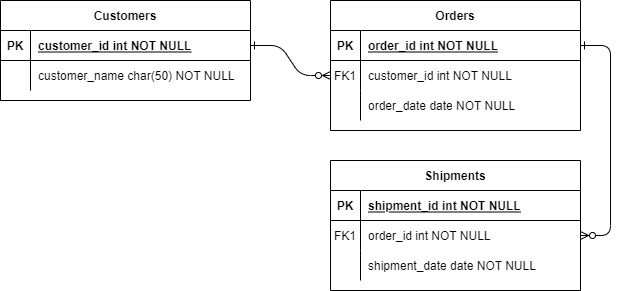
Earlier version of the draw.io export dataTables.drawio.png (CarlvinJerry/KindaShiny). Source tidied: cells renumbered, new cells last; positions are measured from the earlier drawing's top-left corner, leaving out a move shared by most shapes. Source of this version:
```xml
<mxGraphModel>
  <root>
    <mxCell id="0" />
    <mxCell id="1" parent="0" />
    <mxCell id="2" style="edgeStyle=entityRelationEdgeStyle;endArrow=ERzeroToMany;startArrow=ERone;endFill=1;startFill=0;" parent="1" edge="1" source="25" target="8">
      <mxGeometry relative="1" as="geometry" />
    </mxCell>
    <mxCell id="3" style="edgeStyle=entityRelationEdgeStyle;endArrow=ERzeroToMany;startArrow=ERone;endFill=1;startFill=0;" parent="1" edge="1" source="5" target="18">
      <mxGeometry relative="1" as="geometry" />
    </mxCell>
    <mxCell id="4" value="Orders" style="shape=table;startSize=30;rowLines=0;fontStyle=1;align=center;" parent="1" vertex="1">
      <mxGeometry x="330" width="250" height="130" as="geometry" />
    </mxCell>
    <mxCell id="5" style="shape=partialRectangle;fillColor=none;points=[[0,0.5],[1,0.5]];portConstraint=eastwest;top=0;left=0;right=0;bottom=1;" parent="4" vertex="1">
      <mxGeometry y="30" width="250" height="30" as="geometry" />
    </mxCell>
    <mxCell id="6" value="PK" style="shape=partialRectangle;overflow=hidden;fillColor=none;top=0;left=0;bottom=0;right=0;fontStyle=1;" parent="5" vertex="1">
      <mxGeometry width="30" height="30" as="geometry" />
    </mxCell>
    <mxCell id="7" value="order_id int NOT NULL " style="shape=partialRectangle;overflow=hidden;fillColor=none;top=0;left=0;bottom=0;right=0;align=left;spacingLeft=6;fontStyle=5;" parent="5" vertex="1">
      <mxGeometry x="30" width="220" height="30" as="geometry" />
    </mxCell>
    <mxCell id="8" style="shape=partialRectangle;fillColor=none;points=[[0,0.5],[1,0.5]];portConstraint=eastwest;top=0;left=0;right=0;bottom=0;" parent="4" vertex="1">
      <mxGeometry y="60" width="250" height="30" as="geometry" />
    </mxCell>
    <mxCell id="9" value="FK1" style="shape=partialRectangle;overflow=hidden;fillColor=none;top=0;left=0;bottom=0;right=0;" parent="8" vertex="1">
      <mxGeometry width="30" height="30" as="geometry" />
    </mxCell>
    <mxCell id="10" value="customer_id int NOT NULL" style="shape=partialRectangle;overflow=hidden;fillColor=none;top=0;left=0;bottom=0;right=0;align=left;spacingLeft=6;" parent="8" vertex="1">
      <mxGeometry x="30" width="220" height="30" as="geometry" />
    </mxCell>
    <mxCell id="11" style="shape=partialRectangle;fillColor=none;top=0;left=0;right=0;bottom=0;" parent="4" vertex="1">
      <mxGeometry y="90" width="250" height="30" as="geometry" />
    </mxCell>
    <mxCell id="12" style="shape=partialRectangle;overflow=hidden;fillColor=none;top=0;left=0;bottom=0;right=0;" parent="11" vertex="1">
      <mxGeometry width="30" height="30" as="geometry" />
    </mxCell>
    <mxCell id="13" value="order_date date NOT NULL" style="shape=partialRectangle;overflow=hidden;fillColor=none;top=0;left=0;bottom=0;right=0;align=left;spacingLeft=6;" parent="11" vertex="1">
      <mxGeometry x="30" width="220" height="30" as="geometry" />
    </mxCell>
    <mxCell id="14" value="Shipments" style="shape=table;startSize=30;rowLines=0;fontStyle=1;align=center;" parent="1" vertex="1">
      <mxGeometry x="330" y="160" width="250" height="130" as="geometry" />
    </mxCell>
    <mxCell id="15" style="shape=partialRectangle;fillColor=none;top=0;left=0;right=0;bottom=1;" parent="14" vertex="1">
      <mxGeometry y="30" width="250" height="30" as="geometry" />
    </mxCell>
    <mxCell id="16" value="PK" style="shape=partialRectangle;overflow=hidden;fillColor=none;top=0;left=0;bottom=0;right=0;fontStyle=1;" parent="15" vertex="1">
      <mxGeometry width="30" height="30" as="geometry" />
    </mxCell>
    <mxCell id="17" value="shipment_id int NOT NULL " style="shape=partialRectangle;overflow=hidden;fillColor=none;top=0;left=0;bottom=0;right=0;align=left;spacingLeft=6;fontStyle=5;" parent="15" vertex="1">
      <mxGeometry x="30" width="220" height="30" as="geometry" />
    </mxCell>
    <mxCell id="18" style="shape=partialRectangle;fillColor=none;points=[[0,0.5],[1,0.5]];portConstraint=eastwest;top=0;left=0;right=0;bottom=0;" parent="14" vertex="1">
      <mxGeometry y="60" width="250" height="30" as="geometry" />
    </mxCell>
    <mxCell id="19" value="FK1" style="shape=partialRectangle;overflow=hidden;fillColor=none;top=0;left=0;bottom=0;right=0;" parent="18" vertex="1">
      <mxGeometry width="30" height="30" as="geometry" />
    </mxCell>
    <mxCell id="20" value="order_id int NOT NULL" style="shape=partialRectangle;overflow=hidden;fillColor=none;top=0;left=0;bottom=0;right=0;align=left;spacingLeft=6;" parent="18" vertex="1">
      <mxGeometry x="30" width="220" height="30" as="geometry" />
    </mxCell>
    <mxCell id="21" style="shape=partialRectangle;fillColor=none;top=0;left=0;right=0;bottom=0;" parent="14" vertex="1">
      <mxGeometry y="90" width="250" height="30" as="geometry" />
    </mxCell>
    <mxCell id="22" style="shape=partialRectangle;overflow=hidden;fillColor=none;top=0;left=0;bottom=0;right=0;" parent="21" vertex="1">
      <mxGeometry width="30" height="30" as="geometry" />
    </mxCell>
    <mxCell id="23" value="shipment_date date NOT NULL" style="shape=partialRectangle;overflow=hidden;fillColor=none;top=0;left=0;bottom=0;right=0;align=left;spacingLeft=6;" parent="21" vertex="1">
      <mxGeometry x="30" width="220" height="30" as="geometry" />
    </mxCell>
    <mxCell id="24" value="Customers" style="shape=table;startSize=30;rowLines=0;fontStyle=1;align=center;" parent="1" vertex="1">
      <mxGeometry width="250" height="100" as="geometry" />
    </mxCell>
    <mxCell id="25" style="shape=partialRectangle;fillColor=none;points=[[0,0.5],[1,0.5]];portConstraint=eastwest;top=0;left=0;right=0;bottom=1;" parent="24" vertex="1">
      <mxGeometry y="30" width="250" height="30" as="geometry" />
    </mxCell>
    <mxCell id="26" value="PK" style="shape=partialRectangle;overflow=hidden;fillColor=none;top=0;left=0;bottom=0;right=0;fontStyle=1;" parent="25" vertex="1">
      <mxGeometry width="30" height="30" as="geometry" />
    </mxCell>
    <mxCell id="27" value="customer_id int NOT NULL " style="shape=partialRectangle;overflow=hidden;fillColor=none;top=0;left=0;bottom=0;right=0;align=left;spacingLeft=6;fontStyle=5;" parent="25" vertex="1">
      <mxGeometry x="30" width="220" height="30" as="geometry" />
    </mxCell>
    <mxCell id="28" style="shape=partialRectangle;fillColor=none;top=0;left=0;right=0;bottom=0;" parent="24" vertex="1">
      <mxGeometry y="60" width="250" height="30" as="geometry" />
    </mxCell>
    <mxCell id="29" style="shape=partialRectangle;overflow=hidden;fillColor=none;top=0;left=0;bottom=0;right=0;" parent="28" vertex="1">
      <mxGeometry width="30" height="30" as="geometry" />
    </mxCell>
    <mxCell id="30" value="customer_name char(50) NOT NULL" style="shape=partialRectangle;overflow=hidden;fillColor=none;top=0;left=0;bottom=0;right=0;align=left;spacingLeft=6;" parent="28" vertex="1">
      <mxGeometry x="30" width="220" height="30" as="geometry" />
    </mxCell>
  </root>
</mxGraphModel>
```
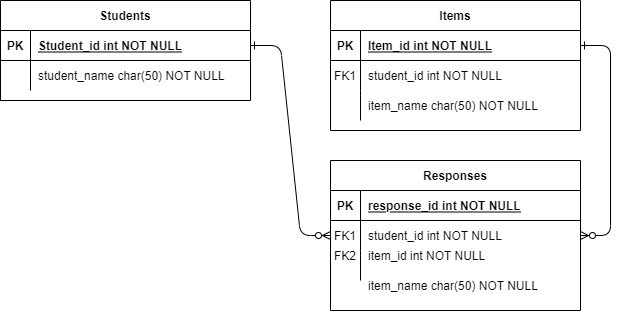
Above is the later version.

What changed in the source:
```diff
@@ -2,13 +2,13 @@
   <root>
     <mxCell id="0" />
     <mxCell id="1" parent="0" />
-    <mxCell id="2" style="edgeStyle=entityRelationEdgeStyle;endArrow=ERzeroToMany;startArrow=ERone;endFill=1;startFill=0;" parent="1" edge="1" source="25" target="8">
+    <mxCell id="2" style="edgeStyle=entityRelationEdgeStyle;endArrow=ERzeroToMany;startArrow=ERone;endFill=1;startFill=0;" parent="1" edge="1" source="25" target="18">
       <mxGeometry relative="1" as="geometry" />
     </mxCell>
     <mxCell id="3" style="edgeStyle=entityRelationEdgeStyle;endArrow=ERzeroToMany;startArrow=ERone;endFill=1;startFill=0;" parent="1" edge="1" source="5" target="18">
       <mxGeometry relative="1" as="geometry" />
     </mxCell>
-    <mxCell id="4" value="Orders" style="shape=table;startSize=30;rowLines=0;fontStyle=1;align=center;" parent="1" vertex="1">
+    <mxCell id="4" value="Items" style="shape=table;startSize=30;rowLines=0;fontStyle=1;align=center;" parent="1" vertex="1">
       <mxGeometry x="330" width="250" height="130" as="geometry" />
     </mxCell>
     <mxCell id="5" style="shape=partialRectangle;fillColor=none;points=[[0,0.5],[1,0.5]];portConstraint=eastwest;top=0;left=0;right=0;bottom=1;" parent="4" vertex="1">
@@ -17,7 +17,7 @@
     <mxCell id="6" value="PK" style="shape=partialRectangle;overflow=hidden;fillColor=none;top=0;left=0;bottom=0;right=0;fontStyle=1;" parent="5" vertex="1">
       <mxGeometry width="30" height="30" as="geometry" />
     </mxCell>
-    <mxCell id="7" value="order_id int NOT NULL " style="shape=partialRectangle;overflow=hidden;fillColor=none;top=0;left=0;bottom=0;right=0;align=left;spacingLeft=6;fontStyle=5;" parent="5" vertex="1">
+    <mxCell id="7" value="Item_id int NOT NULL " style="shape=partialRectangle;overflow=hidden;fillColor=none;top=0;left=0;bottom=0;right=0;align=left;spacingLeft=6;fontStyle=5;" parent="5" vertex="1">
       <mxGeometry x="30" width="220" height="30" as="geometry" />
     </mxCell>
     <mxCell id="8" style="shape=partialRectangle;fillColor=none;points=[[0,0.5],[1,0.5]];portConstraint=eastwest;top=0;left=0;right=0;bottom=0;" parent="4" vertex="1">
@@ -26,7 +26,7 @@
     <mxCell id="9" value="FK1" style="shape=partialRectangle;overflow=hidden;fillColor=none;top=0;left=0;bottom=0;right=0;" parent="8" vertex="1">
       <mxGeometry width="30" height="30" as="geometry" />
     </mxCell>
-    <mxCell id="10" value="customer_id int NOT NULL" style="shape=partialRectangle;overflow=hidden;fillColor=none;top=0;left=0;bottom=0;right=0;align=left;spacingLeft=6;" parent="8" vertex="1">
+    <mxCell id="10" value="student_id int NOT NULL" style="shape=partialRectangle;overflow=hidden;fillColor=none;top=0;left=0;bottom=0;right=0;align=left;spacingLeft=6;" parent="8" vertex="1">
       <mxGeometry x="30" width="220" height="30" as="geometry" />
     </mxCell>
     <mxCell id="11" style="shape=partialRectangle;fillColor=none;top=0;left=0;right=0;bottom=0;" parent="4" vertex="1">
@@ -35,11 +35,11 @@
     <mxCell id="12" style="shape=partialRectangle;overflow=hidden;fillColor=none;top=0;left=0;bottom=0;right=0;" parent="11" vertex="1">
       <mxGeometry width="30" height="30" as="geometry" />
     </mxCell>
-    <mxCell id="13" value="order_date date NOT NULL" style="shape=partialRectangle;overflow=hidden;fillColor=none;top=0;left=0;bottom=0;right=0;align=left;spacingLeft=6;" parent="11" vertex="1">
+    <mxCell id="13" value="item_name char(50) NOT NULL" style="shape=partialRectangle;overflow=hidden;fillColor=none;top=0;left=0;bottom=0;right=0;align=left;spacingLeft=6;" parent="11" vertex="1">
       <mxGeometry x="30" width="220" height="30" as="geometry" />
     </mxCell>
-    <mxCell id="14" value="Shipments" style="shape=table;startSize=30;rowLines=0;fontStyle=1;align=center;" parent="1" vertex="1">
-      <mxGeometry x="330" y="160" width="250" height="130" as="geometry" />
+    <mxCell id="14" value="Responses" style="shape=table;startSize=30;rowLines=0;fontStyle=1;align=center;" parent="1" vertex="1">
+      <mxGeometry x="330" y="160" width="250" height="150" as="geometry" />
     </mxCell>
     <mxCell id="15" style="shape=partialRectangle;fillColor=none;top=0;left=0;right=0;bottom=1;" parent="14" vertex="1">
       <mxGeometry y="30" width="250" height="30" as="geometry" />
@@ -47,7 +47,7 @@
     <mxCell id="16" value="PK" style="shape=partialRectangle;overflow=hidden;fillColor=none;top=0;left=0;bottom=0;right=0;fontStyle=1;" parent="15" vertex="1">
       <mxGeometry width="30" height="30" as="geometry" />
     </mxCell>
-    <mxCell id="17" value="shipment_id int NOT NULL " style="shape=partialRectangle;overflow=hidden;fillColor=none;top=0;left=0;bottom=0;right=0;align=left;spacingLeft=6;fontStyle=5;" parent="15" vertex="1">
+    <mxCell id="17" value="response_id int NOT NULL " style="shape=partialRectangle;overflow=hidden;fillColor=none;top=0;left=0;bottom=0;right=0;align=left;spacingLeft=6;fontStyle=5;" parent="15" vertex="1">
       <mxGeometry x="30" width="220" height="30" as="geometry" />
     </mxCell>
     <mxCell id="18" style="shape=partialRectangle;fillColor=none;points=[[0,0.5],[1,0.5]];portConstraint=eastwest;top=0;left=0;right=0;bottom=0;" parent="14" vertex="1">
@@ -56,7 +56,7 @@
     <mxCell id="19" value="FK1" style="shape=partialRectangle;overflow=hidden;fillColor=none;top=0;left=0;bottom=0;right=0;" parent="18" vertex="1">
       <mxGeometry width="30" height="30" as="geometry" />
     </mxCell>
-    <mxCell id="20" value="order_id int NOT NULL" style="shape=partialRectangle;overflow=hidden;fillColor=none;top=0;left=0;bottom=0;right=0;align=left;spacingLeft=6;" parent="18" vertex="1">
+    <mxCell id="20" value="student_id int NOT NULL" style="shape=partialRectangle;overflow=hidden;fillColor=none;top=0;left=0;bottom=0;right=0;align=left;spacingLeft=6;" parent="18" vertex="1">
       <mxGeometry x="30" width="220" height="30" as="geometry" />
     </mxCell>
     <mxCell id="21" style="shape=partialRectangle;fillColor=none;top=0;left=0;right=0;bottom=0;" parent="14" vertex="1">
@@ -65,10 +65,10 @@
     <mxCell id="22" style="shape=partialRectangle;overflow=hidden;fillColor=none;top=0;left=0;bottom=0;right=0;" parent="21" vertex="1">
       <mxGeometry width="30" height="30" as="geometry" />
     </mxCell>
-    <mxCell id="23" value="shipment_date date NOT NULL" style="shape=partialRectangle;overflow=hidden;fillColor=none;top=0;left=0;bottom=0;right=0;align=left;spacingLeft=6;" parent="21" vertex="1">
+    <mxCell id="23" style="shape=partialRectangle;overflow=hidden;fillColor=none;top=0;left=0;bottom=0;right=0;align=left;spacingLeft=6;" parent="21" vertex="1">
       <mxGeometry x="30" width="220" height="30" as="geometry" />
     </mxCell>
-    <mxCell id="24" value="Customers" style="shape=table;startSize=30;rowLines=0;fontStyle=1;align=center;" parent="1" vertex="1">
+    <mxCell id="24" value="Students" style="shape=table;startSize=30;rowLines=0;fontStyle=1;align=center;" parent="1" vertex="1">
       <mxGeometry width="250" height="100" as="geometry" />
     </mxCell>
     <mxCell id="25" style="shape=partialRectangle;fillColor=none;points=[[0,0.5],[1,0.5]];portConstraint=eastwest;top=0;left=0;right=0;bottom=1;" parent="24" vertex="1">
@@ -77,7 +77,7 @@
     <mxCell id="26" value="PK" style="shape=partialRectangle;overflow=hidden;fillColor=none;top=0;left=0;bottom=0;right=0;fontStyle=1;" parent="25" vertex="1">
       <mxGeometry width="30" height="30" as="geometry" />
     </mxCell>
-    <mxCell id="27" value="customer_id int NOT NULL " style="shape=partialRectangle;overflow=hidden;fillColor=none;top=0;left=0;bottom=0;right=0;align=left;spacingLeft=6;fontStyle=5;" parent="25" vertex="1">
+    <mxCell id="27" value="Student_id int NOT NULL " style="shape=partialRectangle;overflow=hidden;fillColor=none;top=0;left=0;bottom=0;right=0;align=left;spacingLeft=6;fontStyle=5;" parent="25" vertex="1">
       <mxGeometry x="30" width="220" height="30" as="geometry" />
     </mxCell>
     <mxCell id="28" style="shape=partialRectangle;fillColor=none;top=0;left=0;right=0;bottom=0;" parent="24" vertex="1">
@@ -86,8 +86,17 @@
     <mxCell id="29" style="shape=partialRectangle;overflow=hidden;fillColor=none;top=0;left=0;bottom=0;right=0;" parent="28" vertex="1">
       <mxGeometry width="30" height="30" as="geometry" />
     </mxCell>
-    <mxCell id="30" value="customer_name char(50) NOT NULL" style="shape=partialRectangle;overflow=hidden;fillColor=none;top=0;left=0;bottom=0;right=0;align=left;spacingLeft=6;" parent="28" vertex="1">
+    <mxCell id="30" value="student_name char(50) NOT NULL" style="shape=partialRectangle;overflow=hidden;fillColor=none;top=0;left=0;bottom=0;right=0;align=left;spacingLeft=6;" parent="28" vertex="1">
       <mxGeometry x="30" width="220" height="30" as="geometry" />
     </mxCell>
+    <mxCell id="31" value="FK2" style="shape=partialRectangle;overflow=hidden;fillColor=none;top=0;left=0;bottom=0;right=0;" parent="1" vertex="1">
+      <mxGeometry x="330" y="240" width="30" height="30" as="geometry" />
+    </mxCell>
+    <mxCell id="32" value="item_id int NOT NULL" style="shape=partialRectangle;overflow=hidden;fillColor=none;top=0;left=0;bottom=0;right=0;align=left;spacingLeft=6;" parent="1" vertex="1">
+      <mxGeometry x="360" y="240" width="220" height="30" as="geometry" />
+    </mxCell>
+    <mxCell id="33" value="item_name char(50) NOT NULL" style="shape=partialRectangle;overflow=hidden;fillColor=none;top=0;left=0;bottom=0;right=0;align=left;spacingLeft=6;" parent="1" vertex="1">
+      <mxGeometry x="360" y="270" width="220" height="30" as="geometry" />
+    </mxCell>
   </root>
 </mxGraphModel>
```
